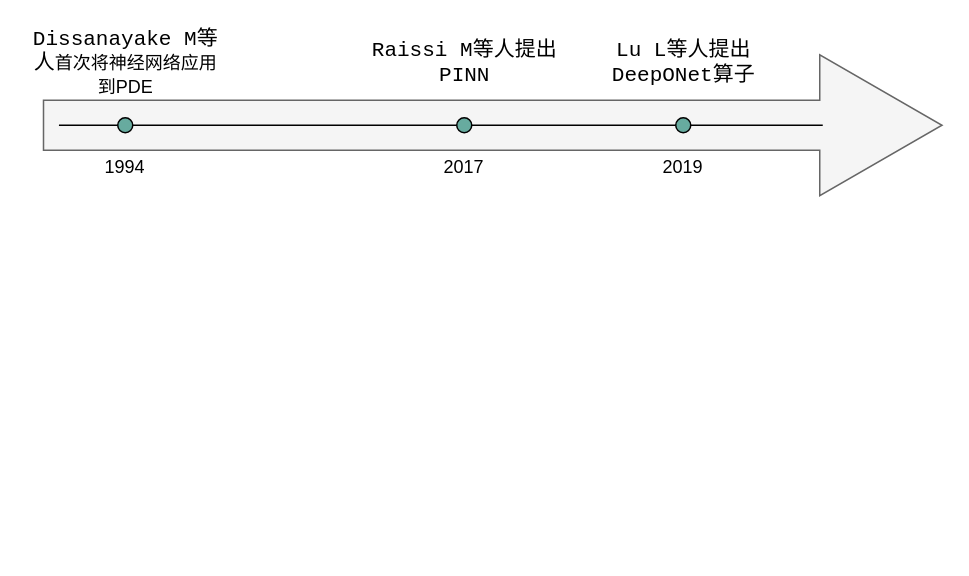
5huanghuai/Diagram keeps this draw.io diagram as 12.26时间轴.drawio. Above is the earlier version. Source tidied: cells renumbered, new cells numbered last; positions are measured from the earlier drawing's top-left corner, leaving out a move shared by most shapes. Both pictures are drawn from the tidied source at 150%, with x=0, y=0 at pixel (26, 39).
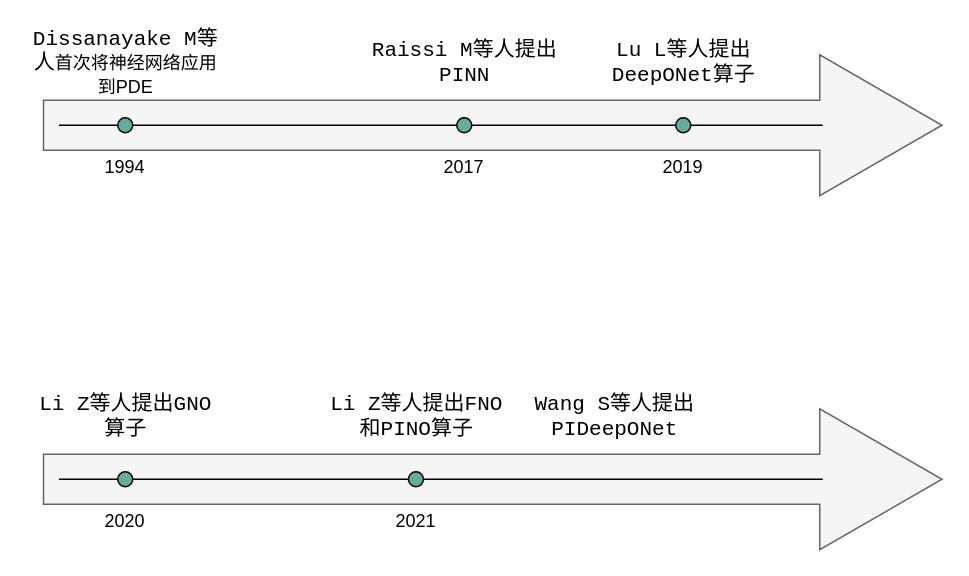
Above is the later version.

Commit message (it also covers changes not shown here):
更新12.26时间轴.drawio

Diff of the diagram source:
```diff
@@
+    <mxCell id="15" style="shape=flexArrow;endArrow=classic;html=1;rounded=0;endWidth=59.583333333333336;endSize=26.833333333333336;width=33.333333333333336;fillColor=#f5f5f5;strokeColor=#666666;" parent="1" edge="1">
+      <mxGeometry relative="1" as="geometry">
+        <mxPoint x="11" y="293" as="sourcePoint" />
+        <mxPoint x="611" y="293" as="targetPoint" />
+      </mxGeometry>
+    </mxCell>
+    <mxCell id="16" style="endArrow=none;html=1;rounded=0;startArrow=none;" parent="1" edge="1" source="22">
+      <mxGeometry relative="1" as="geometry">
+        <mxPoint x="531" y="293" as="targetPoint" />
+      </mxGeometry>
+    </mxCell>
+    <mxCell id="17" style="ellipse;whiteSpace=wrap;html=1;fillColor=#67AB9F;" parent="1" vertex="1">
+      <mxGeometry x="61" y="288" width="10" height="10" as="geometry" />
+    </mxCell>
+    <mxCell id="18" style="endArrow=none;html=1;rounded=0;startArrow=none;" parent="1" edge="1" target="17">
+      <mxGeometry relative="1" as="geometry">
+        <mxPoint x="21.8" y="293" as="sourcePoint" />
+      </mxGeometry>
+    </mxCell>
+    <mxCell id="19" value="2020" style="text;html=1;strokeColor=none;fillColor=none;align=center;verticalAlign=middle;whiteSpace=wrap;rounded=0;labelBackgroundColor=none;fontColor=default;" parent="1" vertex="1">
+      <mxGeometry x="36" y="306" width="60" height="30" as="geometry" />
+    </mxCell>
+    <mxCell id="20" value="2021" style="text;html=1;strokeColor=none;fillColor=none;align=center;verticalAlign=middle;whiteSpace=wrap;rounded=0;labelBackgroundColor=none;fontColor=default;" parent="1" vertex="1">
+      <mxGeometry x="229.8" y="306" width="60" height="30" as="geometry" />
+    </mxCell>
+    <mxCell id="21" value="&lt;span style=&quot;font-family: Consolas, &amp;quot;Courier New&amp;quot;, monospace; font-size: 14px;&quot;&gt;Li Z等人提出GNO&lt;br&gt;算子&lt;br&gt;&lt;/span&gt;" style="text;html=1;strokeColor=none;fillColor=none;align=center;verticalAlign=middle;whiteSpace=wrap;rounded=0;labelBackgroundColor=none;fontColor=default;" parent="1" vertex="1">
+      <mxGeometry x="-0.2" y="236" width="132.5" height="30" as="geometry" />
+    </mxCell>
+    <mxCell id="22" style="ellipse;whiteSpace=wrap;html=1;fillColor=#67AB9F;" parent="1" vertex="1">
+      <mxGeometry x="254.8" y="288" width="10" height="10" as="geometry" />
+    </mxCell>
+    <mxCell id="23" style="endArrow=none;html=1;rounded=0;startArrow=none;" parent="1" edge="1" source="17" target="22">
+      <mxGeometry relative="1" as="geometry" />
+    </mxCell>
+    <mxCell id="24" value="&lt;span style=&quot;font-family: Consolas, &amp;quot;Courier New&amp;quot;, monospace; font-size: 14px;&quot;&gt;Li Z等人提出FNO&lt;br&gt;和&lt;/span&gt;&lt;span style=&quot;font-family: Consolas, &amp;quot;Courier New&amp;quot;, monospace; font-size: 14px;&quot;&gt;PINO算子&lt;/span&gt;&lt;span style=&quot;font-family: Consolas, &amp;quot;Courier New&amp;quot;, monospace; font-size: 14px;&quot;&gt;&lt;br&gt;&lt;/span&gt;" style="text;html=1;strokeColor=none;fillColor=none;align=center;verticalAlign=middle;whiteSpace=wrap;rounded=0;labelBackgroundColor=none;fontColor=default;" parent="1" vertex="1">
+      <mxGeometry x="193.5" y="236" width="132.5" height="30" as="geometry" />
+    </mxCell>
+    <mxCell id="25" value="&lt;span style=&quot;font-family: Consolas, &amp;quot;Courier New&amp;quot;, monospace; font-size: 14px;&quot;&gt;Wang S&lt;/span&gt;&lt;span style=&quot;font-family: Consolas, &amp;quot;Courier New&amp;quot;, monospace; font-size: 14px;&quot;&gt;等人提出&lt;br&gt;&lt;/span&gt;&lt;span style=&quot;font-family: Consolas, &amp;quot;Courier New&amp;quot;, monospace; font-size: 14px;&quot;&gt;PIDeepONet&lt;/span&gt;&lt;span style=&quot;font-family: Consolas, &amp;quot;Courier New&amp;quot;, monospace; font-size: 14px;&quot;&gt;&lt;br&gt;&lt;/span&gt;" style="text;html=1;strokeColor=none;fillColor=none;align=center;verticalAlign=middle;whiteSpace=wrap;rounded=0;labelBackgroundColor=none;fontColor=default;" parent="1" vertex="1">
+      <mxGeometry x="326" y="236" width="132.5" height="30" as="geometry" />
+    </mxCell>
```
